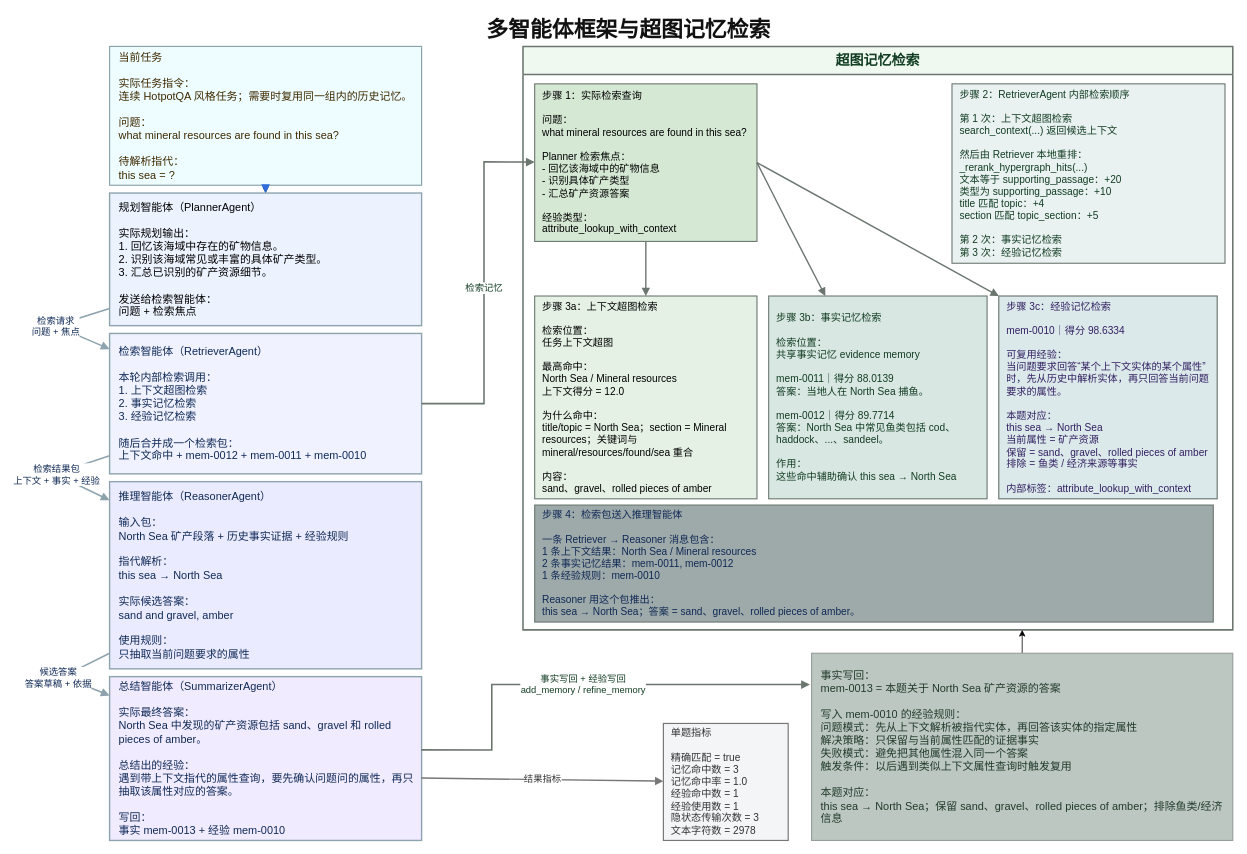
Earlier version of the draw.io diagram examples/competition_agents/competition_docs/111.drawio (tkj-lp/low-cost-mult-agent-memory). Source tidied: cells renumbered, new cells numbered last; positions are measured from the earlier drawing's top-left corner, leaving out a move shared by most shapes. Both pictures are drawn from the tidied source at 78%, with x=0, y=0 at pixel (23, 13).
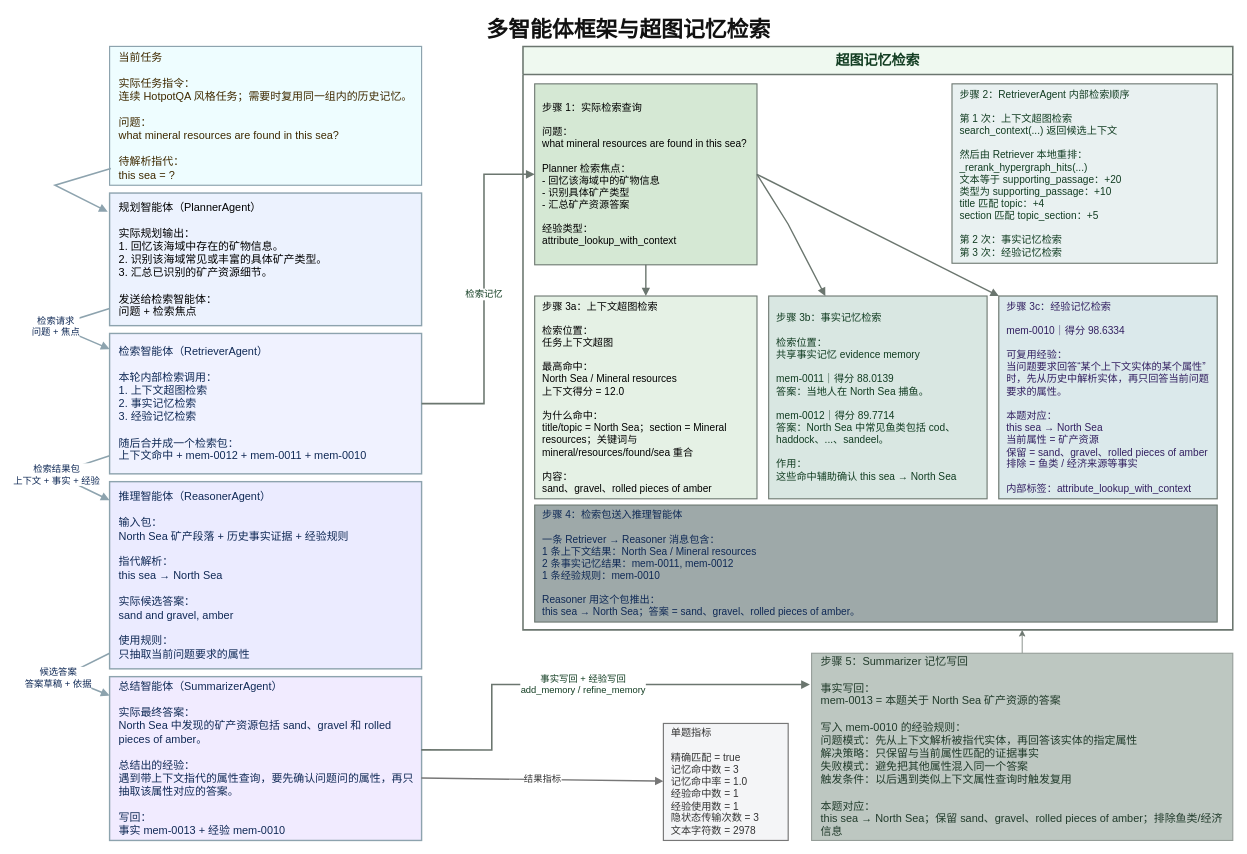
Above is the later version.

The change refers to these unchanged cells:
```xml
<mxCell id="4" value="当前任务&lt;br&gt;&lt;br&gt;实际任务指令：&lt;br&gt;连续 HotpotQA 风格任务；需要时复用同一组内的历史记忆。&lt;br&gt;&lt;br&gt;问题：&lt;br&gt;what mineral resources are found in this sea?&lt;br&gt;&lt;br&gt;待解析指代：&lt;br&gt;this sea = ?" style="rounded=0;whiteSpace=wrap;html=1;fillColor=#EEFDFF;strokeColor=#8DA3AE;strokeWidth=1.5;fontSize=14;align=left;verticalAlign=middle;spacing=12;fontColor=#3f2a00;fontFamily=Helvetica;" parent="1" vertex="1">
  <mxGeometry x="110" y="42" width="400" height="178" as="geometry" />
</mxCell>
<mxCell id="5" value="规划智能体（PlannerAgent）&lt;br&gt;&lt;br&gt;实际规划输出：&lt;br&gt;1. 回忆该海域中存在的矿物信息。&lt;br&gt;2. 识别该海域常见或丰富的具体矿产类型。&lt;br&gt;3. 汇总已识别的矿产资源细节。&lt;br&gt;&lt;br&gt;发送给检索智能体：&lt;br&gt;问题 + 检索焦点" style="rounded=0;whiteSpace=wrap;html=1;fillColor=light-dark(#ecf2fe, #0c1d21);strokeColor=#8DA3AE;strokeWidth=1.8;fontSize=14;align=left;verticalAlign=middle;spacing=12;fontFamily=Helvetica;" parent="1" vertex="1">
  <mxGeometry x="110" y="230" width="400" height="170" as="geometry" />
</mxCell>
<mxCell id="6" value="检索智能体（RetrieverAgent）&lt;br&gt;&lt;br&gt;本轮内部检索调用：&lt;br&gt;1. 上下文超图检索&lt;br&gt;2. 事实记忆检索&lt;br&gt;3. 经验记忆检索&lt;br&gt;&lt;br&gt;随后合并成一个检索包：&lt;br&gt;上下文命中 + mem-0012 + mem-0011 + mem-0010" style="rounded=0;whiteSpace=wrap;html=1;fillColor=light-dark(#F0F2FF,#18202C);strokeColor=#8DA3AE;strokeWidth=1.8;fontSize=14;align=left;verticalAlign=middle;spacing=12;fontColor=#102a56;fontFamily=Helvetica;" parent="1" vertex="1">
  <mxGeometry x="110" y="410" width="400" height="180" as="geometry" />
</mxCell>
<mxCell id="10" value="超图记忆检索" style="swimlane;html=1;startSize=36;rounded=0;whiteSpace=wrap;fillColor=#eff9f0;strokeColor=#6B766F;strokeWidth=2;fontSize=18;fontStyle=1;fontColor=#123d22;align=center;verticalAlign=middle;fontFamily=Helvetica;" parent="1" vertex="1">
  <mxGeometry x="640" y="42" width="910" height="748" as="geometry" />
</mxCell>
```

What changed in the source:
```diff
@@
-    <mxCell id="3" style="edgeStyle=none;html=1;" parent="1" edge="1" source="4" target="5">
-      <mxGeometry relative="1" as="geometry" />
-    </mxCell>
@@
     <mxCell id="11" value="步骤 1：实际检索查询&lt;br&gt;&lt;br&gt;问题：&lt;br&gt;what mineral resources are found in this sea?&lt;br&gt;&lt;br&gt;Planner 检索焦点：&lt;br&gt;- 回忆该海域中的矿物信息&lt;br&gt;- 识别具体矿产类型&lt;br&gt;- 汇总矿产资源答案&lt;br&gt;&lt;br&gt;经验类型：&lt;br&gt;attribute_lookup_with_context" style="rounded=0;whiteSpace=wrap;html=1;fillColor=#d5e8d4;strokeColor=#6B766F;strokeWidth=1.4;fontSize=13;align=left;verticalAlign=middle;spacing=10;fontFamily=Helvetica;" parent="10" vertex="1">
-      <mxGeometry x="15" y="48" width="285" height="202" as="geometry" />
+      <mxGeometry x="15" y="48" width="285" height="232" as="geometry" />
     </mxCell>
     <mxCell id="12" value="步骤 2：RetrieverAgent 内部检索顺序&lt;br&gt;&lt;br&gt;第 1 次：上下文超图检索&lt;br&gt;search_context(...) 返回候选上下文&lt;br&gt;&lt;br&gt;然后由 Retriever 本地重排：&lt;br&gt;_rerank_hypergraph_hits(...)&lt;br&gt;文本等于 supporting_passage：+20&lt;br&gt;类型为 supporting_passage：+10&lt;br&gt;title 匹配 topic：+4&lt;br&gt;section 匹配 topic_section：+5&lt;br&gt;&lt;br&gt;第 2 次：事实记忆检索&lt;br&gt;第 3 次：经验记忆检索" style="rounded=0;whiteSpace=wrap;html=1;fillColor=#E9F1F1;strokeColor=light-dark(#6B766F,#967FD3);strokeWidth=1.4;fontSize=13;align=left;verticalAlign=middle;spacing=10;fontColor=#123d22;fontFamily=Helvetica;glass=0;shadow=0;perimeterSpacing=0;" parent="10" vertex="1">
-      <mxGeometry x="550" y="48" width="350" height="230" as="geometry" />
+      <mxGeometry x="550" y="48" width="340" height="230" as="geometry" />
     </mxCell>
@@
     <mxCell id="19" value="检索记忆" style="endArrow=block;html=1;rounded=0;strokeColor=#6B766F;strokeWidth=2;fontSize=12;fontColor=#123d22;verticalAlign=middle;fontFamily=Helvetica;" parent="10" edge="1" source="6" target="11">
       <mxGeometry relative="1" as="geometry">
         <Array as="points">
           <mxPoint x="-50" y="458" />
-          <mxPoint x="-50" y="148" />
+          <mxPoint x="-50" y="164" />
         </Array>
       </mxGeometry>
     </mxCell>
     <mxCell id="20" value="步骤 4：检索包送入推理智能体&lt;br&gt;&lt;br&gt;一条 Retriever → Reasoner 消息包含：&lt;br&gt;1 条上下文结果：North Sea / Mineral resources&lt;br&gt;2 条事实记忆结果：mem-0011, mem-0012&lt;br&gt;1 条经验规则：mem-0010&lt;br&gt;&lt;br&gt;Reasoner 用这个包推出：&lt;br&gt;this sea → North Sea；答案 = sand、gravel、rolled pieces of amber。" style="rounded=0;whiteSpace=wrap;html=1;fillColor=#9EA9A9;strokeColor=#6B766F;strokeWidth=1.4;fontSize=13;align=left;verticalAlign=middle;spacing=10;fontColor=#102a56;fontFamily=Helvetica;" parent="10" vertex="1">
-      <mxGeometry x="15" y="588" width="870" height="150" as="geometry" />
+      <mxGeometry x="15" y="588" width="875" height="150" as="geometry" />
     </mxCell>
-    <mxCell id="21" style="endArrow=block;html=1;rounded=0;strokeColor=#2f6fdd;strokeWidth=2;verticalAlign=middle;fontFamily=Helvetica;" parent="1" edge="1" source="4" target="5">
-      <mxGeometry relative="1" as="geometry" />
-    </mxCell>
@@
-    <mxCell id="27" style="edgeStyle=none;html=1;" parent="1" edge="1" source="28">
+    <mxCell id="27" style="edgeStyle=none;html=1;verticalAlign=middle;strokeColor=#6B766F;" parent="1" edge="1" source="28">
       <mxGeometry relative="1" as="geometry">
         <mxPoint x="1280" y="790" as="targetPoint" />
       </mxGeometry>
     </mxCell>
-    <mxCell id="28" value="事实写回：&lt;br&gt;mem-0013 = 本题关于 North Sea 矿产资源的答案&lt;br&gt;&lt;br&gt;写入 mem-0010 的经验规则：&lt;br&gt;问题模式：先从上下文解析被指代实体，再回答该实体的指定属性&lt;br&gt;解决策略：只保留与当前属性匹配的证据事实&lt;br&gt;失败模式：避免把其他属性混入同一个答案&lt;br&gt;触发条件：以后遇到类似上下文属性查询时触发复用&lt;br&gt;&lt;br&gt;本题对应：&lt;br&gt;this sea → North Sea；保留 sand、gravel、rolled pieces of amber；排除鱼类/经济信息" style="rounded=0;whiteSpace=wrap;html=1;fillColor=#BDC7C1;strokeColor=#959D98;strokeWidth=1.4;fontSize=14;align=left;verticalAlign=middle;spacing=12;fontColor=#213B2B;fontFamily=Helvetica;" parent="1" vertex="1">
+    <mxCell id="28" value="步骤 5：Summarizer 记忆写回&lt;br&gt;&lt;br&gt;事实写回：&lt;br&gt;mem-0013 = 本题关于 North Sea 矿产资源的答案&lt;br&gt;&lt;br&gt;写入 mem-0010 的经验规则：&lt;br&gt;问题模式：先从上下文解析被指代实体，再回答该实体的指定属性&lt;br&gt;解决策略：只保留与当前属性匹配的证据事实&lt;br&gt;失败模式：避免把其他属性混入同一个答案&lt;br&gt;触发条件：以后遇到类似上下文属性查询时触发复用&lt;br&gt;&lt;br&gt;本题对应：&lt;br&gt;this sea → North Sea；保留 sand、gravel、rolled pieces of amber；排除鱼类/经济信息" style="rounded=0;whiteSpace=wrap;html=1;fillColor=#BDC7C1;strokeColor=#959D98;strokeWidth=1.4;fontSize=14;align=left;verticalAlign=middle;spacing=12;fontColor=#213B2B;fontFamily=Helvetica;" parent="1" vertex="1">
       <mxGeometry x="1010" y="820" width="540" height="240" as="geometry" />
     </mxCell>
+    <mxCell id="29" style="endArrow=block;html=1;rounded=0;strokeColor=#8DA3AE;strokeWidth=2;fontSize=12;fontColor=#102a56;verticalAlign=middle;fontFamily=Helvetica;exitX=0.004;exitY=0.879;exitDx=0;exitDy=0;exitPerimeter=0;entryX=-0.006;entryY=0.141;entryDx=0;entryDy=0;entryPerimeter=0;" parent="1" edge="1" source="4" target="5">
+      <mxGeometry relative="1" as="geometry">
+        <Array as="points">
+          <mxPoint x="40" y="220" />
+        </Array>
+      </mxGeometry>
+    </mxCell>
```
